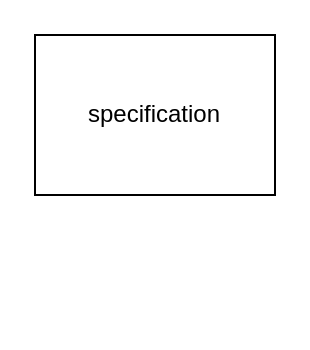
This is Untitled Diagram.drawio from anderslindho/drawio, a draw.io file, before an edit. Source tidied: cells renumbered, new cells numbered last; positions are measured from the earlier drawing's top-left corner, leaving out a move shared by most shapes. Both pictures are drawn from the tidied source at 200%, with x=0, y=0 at pixel (34, 34).
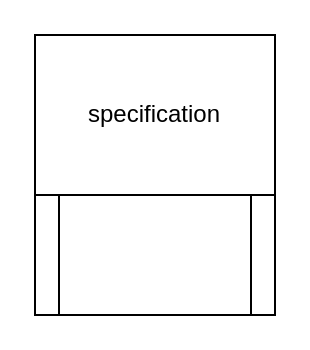
Above is the later version.

Diff of the diagram source:
```diff
@@
 <mxGraphModel>
   <root>
     <mxCell id="0" />
     <mxCell id="1" parent="0" />
     <mxCell id="2" value="&lt;div&gt;specification&lt;/div&gt;" style="rounded=0;whiteSpace=wrap;html=1;" parent="1" vertex="1">
       <mxGeometry width="120" height="80" as="geometry" />
     </mxCell>
+    <mxCell id="3" style="shape=process;whiteSpace=wrap;html=1;backgroundOutline=1;" parent="1" vertex="1">
+      <mxGeometry y="80" width="120" height="60" as="geometry" />
+    </mxCell>
   </root>
 </mxGraphModel>
```
